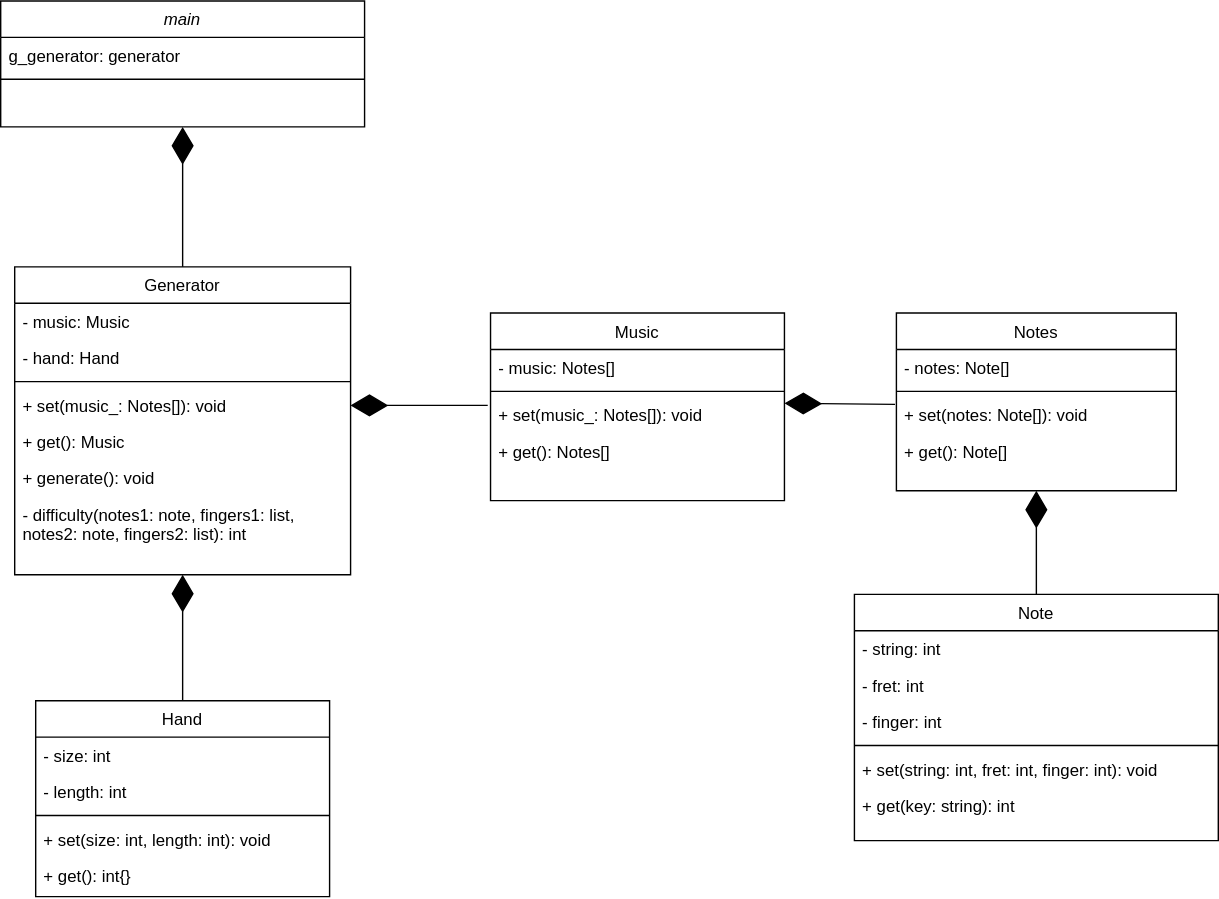
Above: docs/diagram/guitar_fingering_generator.svg in boy-min/Guitar-Fingering-Generator (draw.io), before the change. Source tidied: cells renumbered, new cells last; positions are measured from the earlier drawing's top-left corner, leaving out a move shared by most shapes.
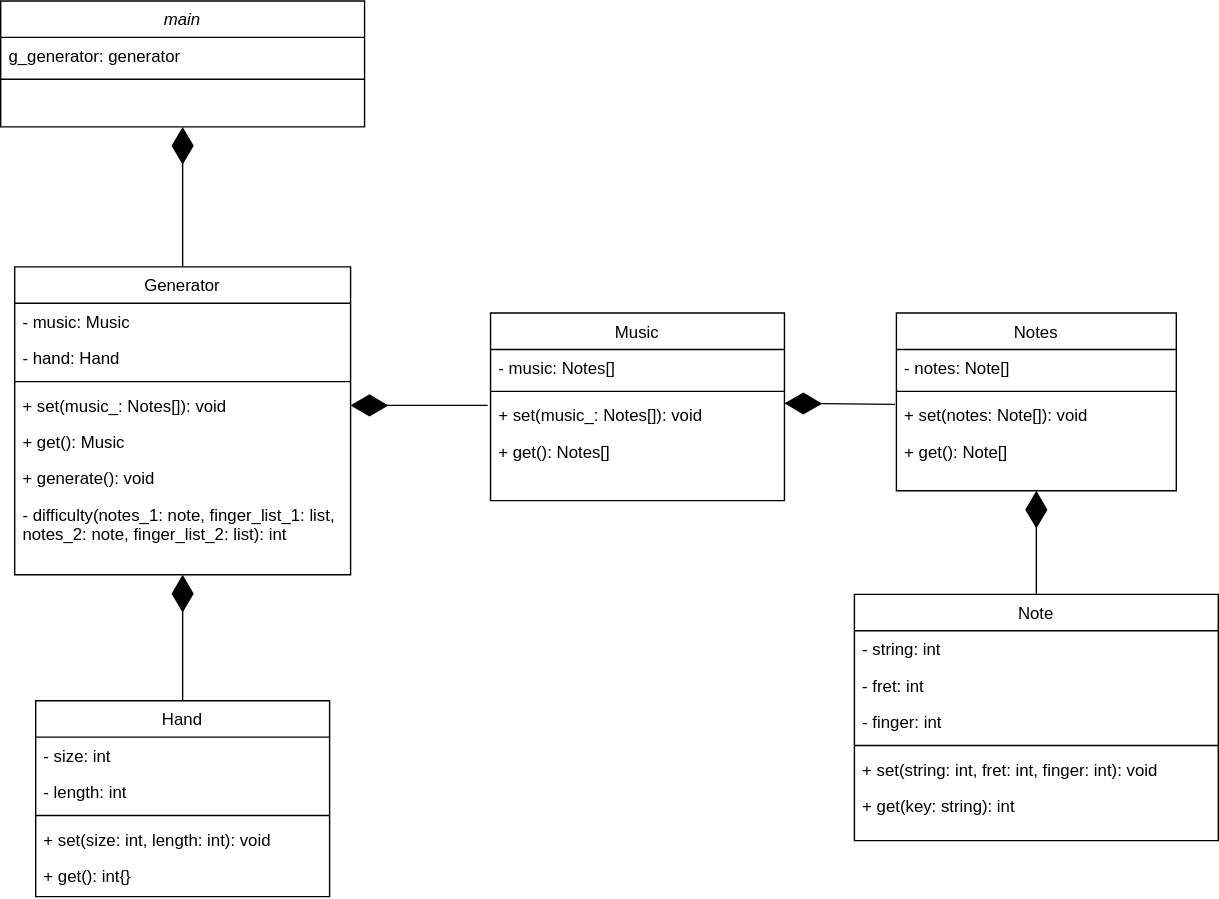
Later version of the same file.

Commit message:
Change difficulty() parameter names.

What changed in the source:
```diff
@@ -101,7 +101,7 @@
     <mxCell id="34" value="+ generate(): void" style="text;align=left;verticalAlign=top;spacingLeft=4;spacingRight=4;overflow=hidden;" parent="28" vertex="1">
       <mxGeometry y="138" width="240" height="26" as="geometry" />
     </mxCell>
-    <mxCell id="35" value="- difficulty(notes1: note, fingers1: list,&#10;notes2: note, fingers2: list): int" style="text;align=left;verticalAlign=top;spacingLeft=4;spacingRight=4;overflow=hidden;" parent="28" vertex="1">
+    <mxCell id="35" value="- difficulty(notes_1: note, finger_list_1: list,&#10;notes_2: note, finger_list_2: list): int" style="text;align=left;verticalAlign=top;spacingLeft=4;spacingRight=4;overflow=hidden;" parent="28" vertex="1">
       <mxGeometry y="164" width="240" height="46" as="geometry" />
     </mxCell>
     <mxCell id="36" style="endArrow=diamondThin;endFill=1;endSize=24;html=1;exitX=0.5;exitY=0;exitDx=0;exitDy=0;entryX=0.5;entryY=1;entryDx=0;entryDy=0;" parent="1" edge="1" source="28" target="2">
```
